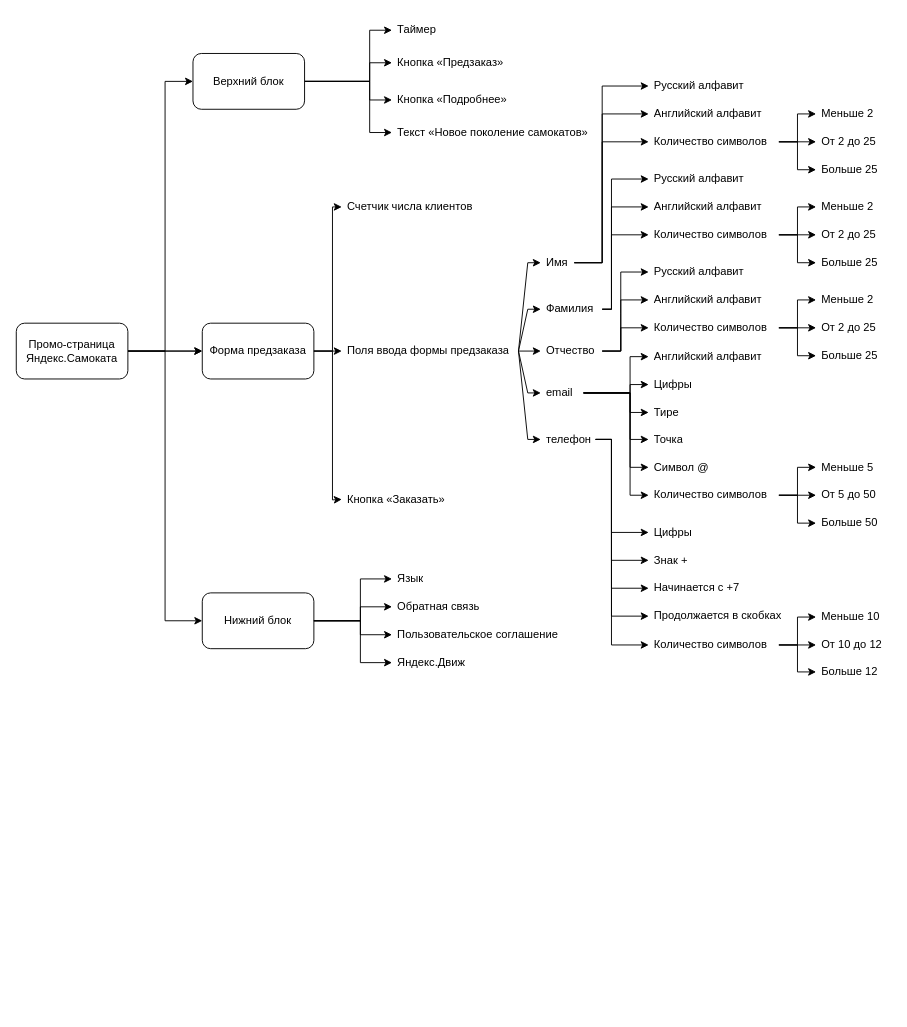
This is Learning to draw mind maps.drawio from IG-Rock/QA-Yandex-course, a draw.io file, before an edit. Source tidied: cells renumbered, new cells numbered last; positions are measured from the earlier drawing's top-left corner, leaving out a move shared by most shapes. Both pictures are drawn from the tidied source at 93%, with x=0, y=0 at pixel (16, 16).
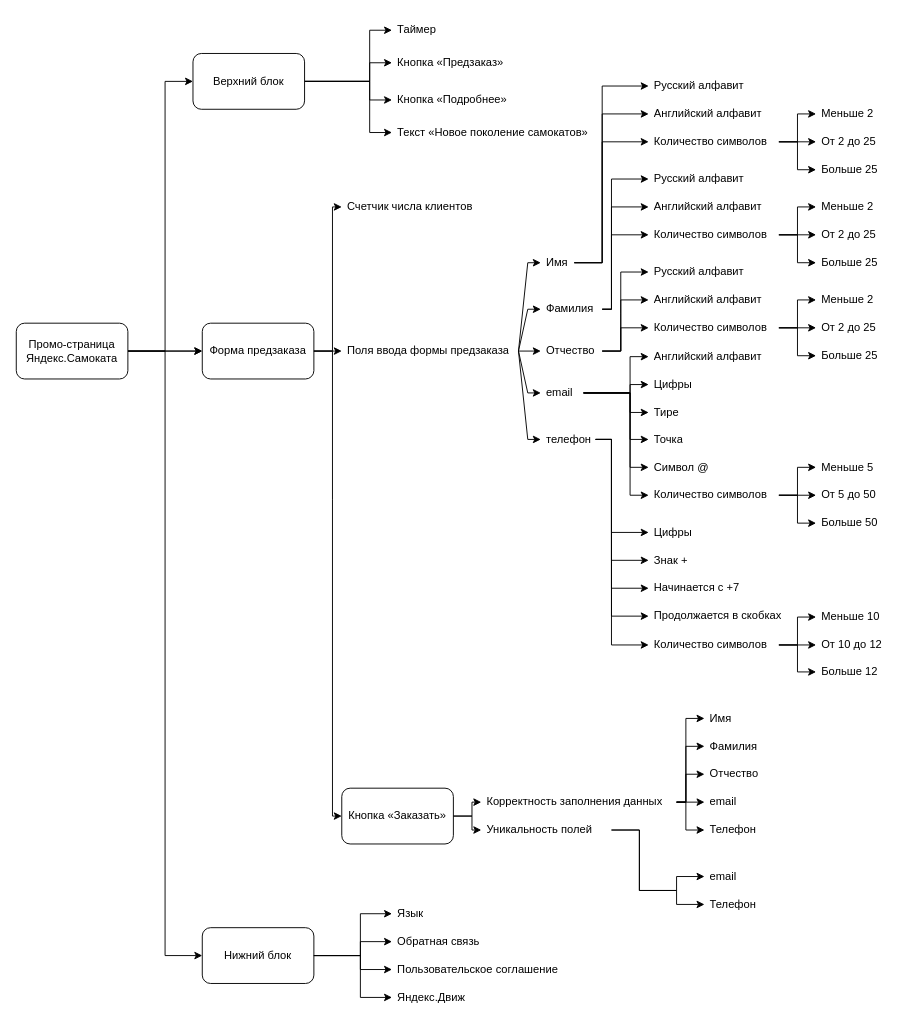
The same diagram, later.

Unchanged cells that the change refers to:
```xml
<mxCell id="6" value="Промо-страница Яндекс.Самоката" style="rounded=1;whiteSpace=wrap;html=1;" parent="1" vertex="1">
  <mxGeometry y="330" width="120" height="60" as="geometry" />
</mxCell>
<mxCell id="7" value="Форма предзаказа" style="whiteSpace=wrap;html=1;rounded=1;" parent="1" vertex="1">
  <mxGeometry x="200" y="330" width="120" height="60" as="geometry" />
</mxCell>
```

Diff of the diagram source:
```diff
@@
     <mxCell id="5" style="edgeStyle=orthogonalEdgeStyle;rounded=0;jettySize=auto;html=1;" parent="1" edge="1" source="6" target="13">
       <mxGeometry relative="1" as="geometry">
         <Array as="points">
           <mxPoint x="160" y="360" />
-          <mxPoint x="160" y="650" />
+          <mxPoint x="160" y="1010" />
         </Array>
       </mxGeometry>
     </mxCell>
@@
     <mxCell id="13" value="Нижний блок" style="whiteSpace=wrap;html=1;rounded=1;" parent="1" vertex="1">
-      <mxGeometry x="200" y="620" width="120" height="60" as="geometry" />
+      <mxGeometry x="200" y="980" width="120" height="60" as="geometry" />
     </mxCell>
@@
-    <mxCell id="20" value="Кнопка «Заказать»" style="text;strokeColor=none;fillColor=none;align=left;verticalAlign=middle;spacingLeft=4;spacingRight=4;overflow=hidden;points=[[0,0.5],[1,0.5]];portConstraint=eastwest;whiteSpace=wrap;html=1;" parent="1" vertex="1">
-      <mxGeometry x="350" y="504.5" width="120" height="30" as="geometry" />
-    </mxCell>
@@
     <mxCell id="23" style="endArrow=classic;html=1;rounded=0;exitX=1;exitY=0.5;exitDx=0;exitDy=0;entryX=0;entryY=0.5;entryDx=0;entryDy=0;" parent="1" edge="1" source="7" target="20">
       <mxGeometry relative="1" as="geometry">
         <Array as="points">
           <mxPoint x="340" y="360" />
           <mxPoint x="340" y="520" />
+          <mxPoint x="340" y="860" />
         </Array>
       </mxGeometry>
     </mxCell>
@@
     <mxCell id="64" value="Язык" style="text;strokeColor=none;fillColor=none;align=left;verticalAlign=middle;spacingLeft=4;spacingRight=4;overflow=hidden;points=[[0,0.5],[1,0.5]];portConstraint=eastwest;whiteSpace=wrap;html=1;" parent="1" vertex="1">
-      <mxGeometry x="404" y="590" width="80" height="30" as="geometry" />
+      <mxGeometry x="404" y="950" width="80" height="30" as="geometry" />
     </mxCell>
     <mxCell id="65" value="Обратная связь&lt;br&gt;" style="text;strokeColor=none;fillColor=none;align=left;verticalAlign=middle;spacingLeft=4;spacingRight=4;overflow=hidden;points=[[0,0.5],[1,0.5]];portConstraint=eastwest;whiteSpace=wrap;html=1;" parent="1" vertex="1">
-      <mxGeometry x="404" y="620" width="120" height="30" as="geometry" />
+      <mxGeometry x="404" y="980" width="120" height="30" as="geometry" />
     </mxCell>
     <mxCell id="66" value="Пользовательское соглашение&lt;br&gt;" style="text;strokeColor=none;fillColor=none;align=left;verticalAlign=middle;spacingLeft=4;spacingRight=4;overflow=hidden;points=[[0,0.5],[1,0.5]];portConstraint=eastwest;whiteSpace=wrap;html=1;" parent="1" vertex="1">
-      <mxGeometry x="404" y="650" width="190" height="30" as="geometry" />
+      <mxGeometry x="404" y="1010" width="190" height="30" as="geometry" />
     </mxCell>
     <mxCell id="67" value="Яндекс.Движ&lt;br&gt;" style="text;strokeColor=none;fillColor=none;align=left;verticalAlign=middle;spacingLeft=4;spacingRight=4;overflow=hidden;points=[[0,0.5],[1,0.5]];portConstraint=eastwest;whiteSpace=wrap;html=1;" parent="1" vertex="1">
-      <mxGeometry x="404" y="680" width="86" height="30" as="geometry" />
+      <mxGeometry x="404" y="1040" width="86" height="30" as="geometry" />
     </mxCell>
     <mxCell id="68" style="endArrow=classic;html=1;rounded=0;exitX=1;exitY=0.5;exitDx=0;exitDy=0;entryX=0;entryY=0.5;entryDx=0;entryDy=0;" parent="1" edge="1" source="13" target="64">
       <mxGeometry relative="1" as="geometry">
         <Array as="points">
-          <mxPoint x="370" y="650" />
-          <mxPoint x="370" y="605" />
+          <mxPoint x="370" y="1010" />
+          <mxPoint x="370" y="965" />
         </Array>
       </mxGeometry>
     </mxCell>
     <mxCell id="69" style="endArrow=classic;html=1;rounded=0;exitX=1;exitY=0.5;exitDx=0;exitDy=0;entryX=0;entryY=0.5;entryDx=0;entryDy=0;" parent="1" edge="1" source="13" target="65">
       <mxGeometry relative="1" as="geometry">
         <Array as="points">
-          <mxPoint x="370" y="650" />
-          <mxPoint x="370" y="635" />
+          <mxPoint x="370" y="1010" />
+          <mxPoint x="370" y="995" />
         </Array>
       </mxGeometry>
     </mxCell>
     <mxCell id="70" style="endArrow=classic;html=1;rounded=0;exitX=1;exitY=0.5;exitDx=0;exitDy=0;entryX=0;entryY=0.5;entryDx=0;entryDy=0;" parent="1" edge="1" source="13" target="66">
       <mxGeometry relative="1" as="geometry">
         <Array as="points">
-          <mxPoint x="370" y="650" />
-          <mxPoint x="370" y="665" />
+          <mxPoint x="370" y="1010" />
+          <mxPoint x="370" y="1025" />
         </Array>
       </mxGeometry>
     </mxCell>
     <mxCell id="71" style="endArrow=classic;html=1;rounded=0;entryX=0;entryY=0.5;entryDx=0;entryDy=0;" parent="1" edge="1" target="67">
       <mxGeometry relative="1" as="geometry">
-        <mxPoint x="320" y="650" as="sourcePoint" />
+        <mxPoint x="320" y="1010" as="sourcePoint" />
         <Array as="points">
-          <mxPoint x="370" y="650" />
-          <mxPoint x="370" y="695" />
+          <mxPoint x="370" y="1010" />
+          <mxPoint x="370" y="1055" />
         </Array>
       </mxGeometry>
     </mxCell>
@@
+    <mxCell id="20" value="Кнопка «Заказать»" style="rounded=1;whiteSpace=wrap;html=1;" parent="1" vertex="1">
+      <mxGeometry x="350" y="830" width="120" height="60" as="geometry" />
+    </mxCell>
+    <mxCell id="112" value="Корректность заполнения данных" style="text;strokeColor=none;fillColor=none;align=left;verticalAlign=middle;spacingLeft=4;spacingRight=4;overflow=hidden;points=[[0,0.5],[1,0.5]];portConstraint=eastwest;whiteSpace=wrap;html=1;" parent="1" vertex="1">
+      <mxGeometry x="500" y="830" width="210" height="30" as="geometry" />
+    </mxCell>
+    <mxCell id="113" value="Уникальность полей" style="text;strokeColor=none;fillColor=none;align=left;verticalAlign=middle;spacingLeft=4;spacingRight=4;overflow=hidden;points=[[0,0.5],[1,0.5]];portConstraint=eastwest;whiteSpace=wrap;html=1;" parent="1" vertex="1">
+      <mxGeometry x="500" y="860" width="140" height="30" as="geometry" />
+    </mxCell>
+    <mxCell id="114" style="endArrow=classic;html=1;rounded=0;exitX=1;exitY=0.5;exitDx=0;exitDy=0;entryX=0;entryY=0.5;entryDx=0;entryDy=0;" parent="1" edge="1" source="20" target="112">
+      <mxGeometry relative="1" as="geometry">
+        <Array as="points">
+          <mxPoint x="490" y="860" />
+          <mxPoint x="490" y="845" />
+        </Array>
+      </mxGeometry>
+    </mxCell>
+    <mxCell id="115" style="endArrow=classic;html=1;rounded=0;exitX=1;exitY=0.5;exitDx=0;exitDy=0;entryX=0;entryY=0.5;entryDx=0;entryDy=0;" parent="1" edge="1" source="20" target="113">
+      <mxGeometry relative="1" as="geometry">
+        <Array as="points">
+          <mxPoint x="490" y="860" />
+          <mxPoint x="490" y="875" />
+        </Array>
+      </mxGeometry>
+    </mxCell>
+    <mxCell id="116" value="Имя" style="text;strokeColor=none;fillColor=none;align=left;verticalAlign=middle;spacingLeft=4;spacingRight=4;overflow=hidden;points=[[0,0.5],[1,0.5]];portConstraint=eastwest;whiteSpace=wrap;html=1;" parent="1" vertex="1">
+      <mxGeometry x="740" y="740" width="80" height="30" as="geometry" />
+    </mxCell>
+    <mxCell id="117" value="Фамилия" style="text;strokeColor=none;fillColor=none;align=left;verticalAlign=middle;spacingLeft=4;spacingRight=4;overflow=hidden;points=[[0,0.5],[1,0.5]];portConstraint=eastwest;whiteSpace=wrap;html=1;" parent="1" vertex="1">
+      <mxGeometry x="740" y="770" width="80" height="30" as="geometry" />
+    </mxCell>
+    <mxCell id="118" value="Отчество" style="text;strokeColor=none;fillColor=none;align=left;verticalAlign=middle;spacingLeft=4;spacingRight=4;overflow=hidden;points=[[0,0.5],[1,0.5]];portConstraint=eastwest;whiteSpace=wrap;html=1;" parent="1" vertex="1">
+      <mxGeometry x="740" y="800" width="80" height="30" as="geometry" />
+    </mxCell>
+    <mxCell id="119" value="Телефон" style="text;strokeColor=none;fillColor=none;align=left;verticalAlign=middle;spacingLeft=4;spacingRight=4;overflow=hidden;points=[[0,0.5],[1,0.5]];portConstraint=eastwest;whiteSpace=wrap;html=1;" parent="1" vertex="1">
+      <mxGeometry x="740" y="860" width="80" height="30" as="geometry" />
+    </mxCell>
+    <mxCell id="120" value="email" style="text;strokeColor=none;fillColor=none;align=left;verticalAlign=middle;spacingLeft=4;spacingRight=4;overflow=hidden;points=[[0,0.5],[1,0.5]];portConstraint=eastwest;whiteSpace=wrap;html=1;" parent="1" vertex="1">
+      <mxGeometry x="740" y="830" width="80" height="30" as="geometry" />
+    </mxCell>
+    <mxCell id="121" value="Телефон" style="text;strokeColor=none;fillColor=none;align=left;verticalAlign=middle;spacingLeft=4;spacingRight=4;overflow=hidden;points=[[0,0.5],[1,0.5]];portConstraint=eastwest;whiteSpace=wrap;html=1;" parent="1" vertex="1">
+      <mxGeometry x="740" y="940" width="80" height="30" as="geometry" />
+    </mxCell>
+    <mxCell id="122" value="email" style="text;strokeColor=none;fillColor=none;align=left;verticalAlign=middle;spacingLeft=4;spacingRight=4;overflow=hidden;points=[[0,0.5],[1,0.5]];portConstraint=eastwest;whiteSpace=wrap;html=1;" parent="1" vertex="1">
+      <mxGeometry x="740" y="910" width="80" height="30" as="geometry" />
+    </mxCell>
+    <mxCell id="123" style="endArrow=classic;html=1;rounded=0;exitX=1;exitY=0.5;exitDx=0;exitDy=0;entryX=0;entryY=0.5;entryDx=0;entryDy=0;" parent="1" edge="1" source="112" target="116">
+      <mxGeometry relative="1" as="geometry">
+        <Array as="points">
+          <mxPoint x="720" y="845" />
+          <mxPoint x="720" y="755" />
+        </Array>
+      </mxGeometry>
+    </mxCell>
+    <mxCell id="124" style="endArrow=classic;html=1;rounded=0;exitX=1;exitY=0.5;exitDx=0;exitDy=0;entryX=0;entryY=0.5;entryDx=0;entryDy=0;" parent="1" edge="1" source="112" target="117">
+      <mxGeometry relative="1" as="geometry">
+        <Array as="points">
+          <mxPoint x="720" y="845" />
+          <mxPoint x="720" y="785" />
+        </Array>
+      </mxGeometry>
+    </mxCell>
+    <mxCell id="125" style="endArrow=classic;html=1;rounded=0;exitX=1;exitY=0.5;exitDx=0;exitDy=0;entryX=0;entryY=0.5;entryDx=0;entryDy=0;" parent="1" edge="1" source="112" target="118">
+      <mxGeometry relative="1" as="geometry">
+        <Array as="points">
+          <mxPoint x="720" y="845" />
+          <mxPoint x="720" y="815" />
+        </Array>
+      </mxGeometry>
+    </mxCell>
+    <mxCell id="126" style="endArrow=classic;html=1;rounded=0;exitX=1;exitY=0.5;exitDx=0;exitDy=0;entryX=0;entryY=0.5;entryDx=0;entryDy=0;" parent="1" edge="1" source="112" target="120">
+      <mxGeometry relative="1" as="geometry" />
+    </mxCell>
+    <mxCell id="127" style="endArrow=classic;html=1;rounded=0;exitX=1;exitY=0.5;exitDx=0;exitDy=0;entryX=0;entryY=0.5;entryDx=0;entryDy=0;" parent="1" edge="1" source="112" target="119">
+      <mxGeometry relative="1" as="geometry">
+        <Array as="points">
+          <mxPoint x="720" y="845" />
+          <mxPoint x="720" y="875" />
+        </Array>
+      </mxGeometry>
+    </mxCell>
+    <mxCell id="128" style="endArrow=classic;html=1;rounded=0;exitX=1;exitY=0.5;exitDx=0;exitDy=0;entryX=0;entryY=0.5;entryDx=0;entryDy=0;" parent="1" edge="1" source="113" target="122">
+      <mxGeometry relative="1" as="geometry">
+        <Array as="points">
+          <mxPoint x="670" y="875" />
+          <mxPoint x="670" y="940" />
+          <mxPoint x="710" y="940" />
+          <mxPoint x="710" y="925" />
+        </Array>
+      </mxGeometry>
+    </mxCell>
+    <mxCell id="129" style="endArrow=classic;html=1;rounded=0;exitX=1;exitY=0.5;exitDx=0;exitDy=0;entryX=0;entryY=0.5;entryDx=0;entryDy=0;" parent="1" edge="1" source="113" target="121">
+      <mxGeometry relative="1" as="geometry">
+        <Array as="points">
+          <mxPoint x="670" y="875" />
+          <mxPoint x="670" y="940" />
+          <mxPoint x="710" y="940" />
+          <mxPoint x="710" y="955" />
+        </Array>
+      </mxGeometry>
+    </mxCell>
```
